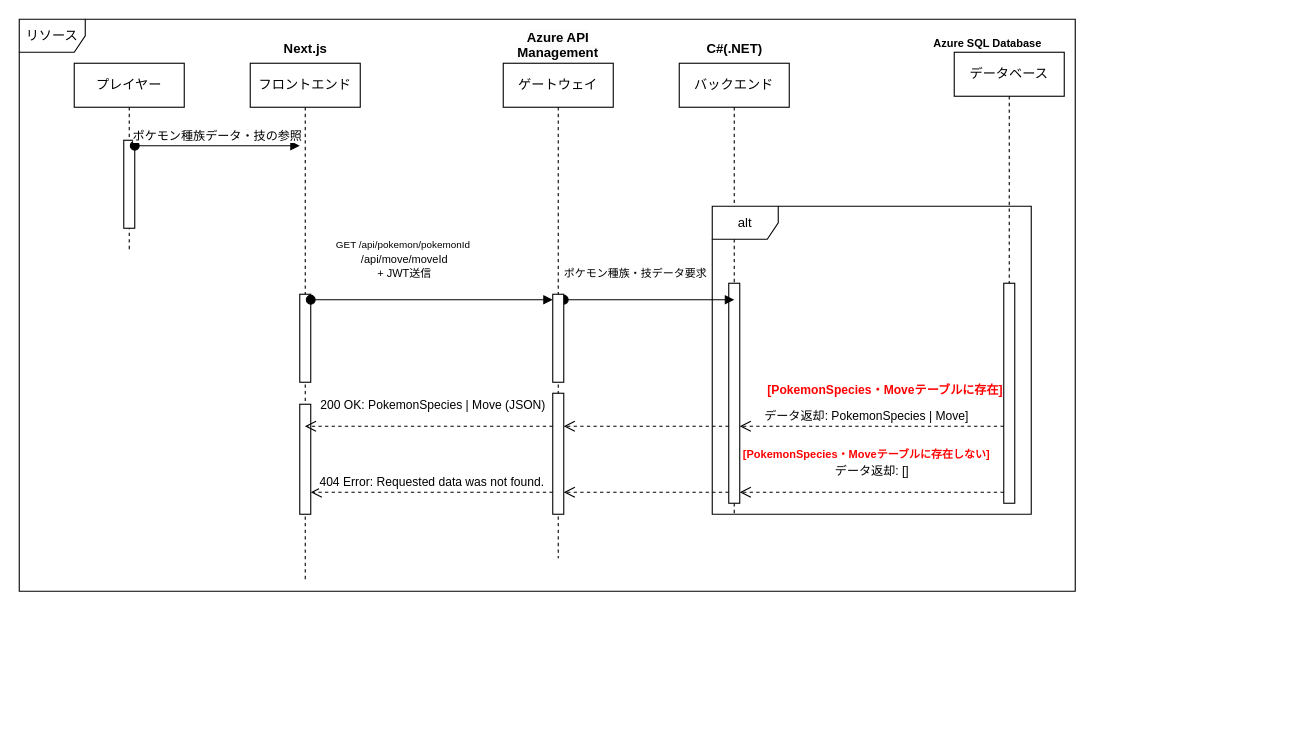
Above: page "リソース取得" (2 of 2) of docs/UML/シーケンス図.drawio in ayumu203/poke-clone-v3 (draw.io), before the change. Source tidied: cells renumbered, new cells numbered last; positions are measured from the earlier drawing's top-left corner, leaving out a move shared by most shapes. Both pictures are drawn from the tidied source at 110%, with x=0, y=0 at pixel (19, 19).
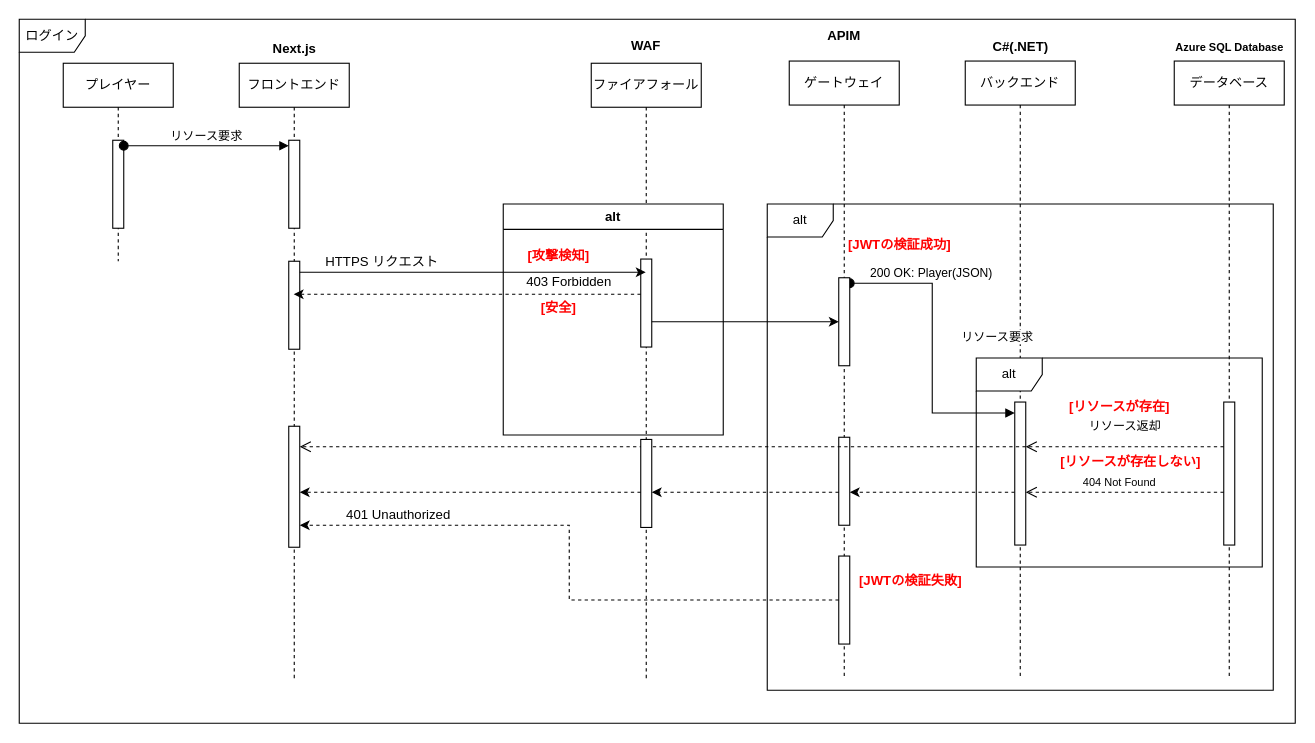
After the change.

The edit, as a diff of the source:
```diff
@@
-    <mxCell id="2" value="リソース" style="shape=umlFrame;whiteSpace=wrap;html=1;" parent="1" vertex="1">
-      <mxGeometry width="960" height="520" as="geometry" />
-    </mxCell>
+    <mxCell id="31" value="&lt;div&gt;&lt;span style=&quot;background-color: transparent; color: light-dark(rgb(0, 0, 0), rgb(255, 255, 255));&quot;&gt;ログイン&lt;/span&gt;&lt;br&gt;&lt;/div&gt;" style="shape=umlFrame;whiteSpace=wrap;html=1;" parent="1" vertex="1">
+      <mxGeometry width="1160" height="640" as="geometry" />
+    </mxCell>
     <mxCell id="3" value="プレイヤー" style="shape=umlLifeline;perimeter=lifelinePerimeter;whiteSpace=wrap;html=1;newEdgeStyle={&quot;curved&quot;:0,&quot;rounded&quot;:0};" parent="1" vertex="1">
-      <mxGeometry x="50" y="40" width="100" height="170" as="geometry" />
+      <mxGeometry x="40" y="40" width="100" height="180" as="geometry" />
     </mxCell>
-    <mxCell id="4" style="html=1;points=[[0,0,0,0,5],[0,1,0,0,-5],[1,0,0,0,5],[1,1,0,0,-5]];perimeter=orthogonalPerimeter;outlineConnect=0;targetShapes=umlLifeline;portConstraint=eastwest;newEdgeStyle={&quot;curved&quot;:0,&quot;rounded&quot;:0};" parent="3" vertex="1">
-      <mxGeometry x="45" y="70" width="10" height="80" as="geometry" />
-    </mxCell>
+    <mxCell id="32" style="html=1;points=[[0,0,0,0,5],[0,1,0,0,-5],[1,0,0,0,5],[1,1,0,0,-5]];perimeter=orthogonalPerimeter;outlineConnect=0;targetShapes=umlLifeline;portConstraint=eastwest;newEdgeStyle={&quot;curved&quot;:0,&quot;rounded&quot;:0};" parent="3" vertex="1">
+      <mxGeometry x="45" y="70" width="10" height="80" as="geometry" />
+    </mxCell>
     <mxCell id="5" value="フロントエンド" style="shape=umlLifeline;perimeter=lifelinePerimeter;whiteSpace=wrap;html=1;outlineConnect=0;portConstraint=eastwest;newEdgeStyle={&quot;curved&quot;:0,&quot;rounded&quot;:0};" parent="1" vertex="1">
-      <mxGeometry x="210" y="40" width="100" height="470" as="geometry" />
+      <mxGeometry x="200" y="40" width="100" height="560" as="geometry" />
     </mxCell>
-    <mxCell id="6" value="ポケモン種族データ・技の参照" style="html=1;verticalAlign=bottom;startArrow=oval;endArrow=block;startSize=8;curved=0;rounded=0;entryX=0;entryY=0;entryDx=0;entryDy=5;" parent="1" edge="1" source="4">
-      <mxGeometry relative="1" as="geometry">
-        <mxPoint x="255" y="115" as="targetPoint" />
-      </mxGeometry>
-    </mxCell>
+    <mxCell id="33" style="html=1;points=[[0,0,0,0,5],[0,1,0,0,-5],[1,0,0,0,5],[1,1,0,0,-5]];perimeter=orthogonalPerimeter;outlineConnect=0;targetShapes=umlLifeline;portConstraint=eastwest;newEdgeStyle={&quot;curved&quot;:0,&quot;rounded&quot;:0};" parent="5" vertex="1">
+      <mxGeometry x="45" y="70" width="10" height="80" as="geometry" />
+    </mxCell>
+    <mxCell id="34" style="html=1;points=[[0,0,0,0,5],[0,1,0,0,-5],[1,0,0,0,5],[1,1,0,0,-5]];perimeter=orthogonalPerimeter;outlineConnect=0;targetShapes=umlLifeline;portConstraint=eastwest;newEdgeStyle={&quot;curved&quot;:0,&quot;rounded&quot;:0};" parent="5" vertex="1">
+      <mxGeometry x="45" y="330" width="10" height="110" as="geometry" />
+    </mxCell>
+    <mxCell id="35" style="html=1;perimeter=orthogonalPerimeter;targetShapes=umlLifeline;newEdgeStyle={&quot;curved&quot;:0,&quot;rounded&quot;:0};" parent="5" vertex="1">
+      <mxGeometry x="45" y="180" width="10" height="80" as="geometry" />
+    </mxCell>
+    <mxCell id="36" value="リソース要求" style="html=1;verticalAlign=bottom;startArrow=oval;endArrow=block;startSize=8;curved=0;rounded=0;entryX=0;entryY=0;entryDx=0;entryDy=5;" parent="1" edge="1" source="32" target="33">
+      <mxGeometry relative="1" as="geometry" />
+    </mxCell>
     <mxCell id="7" value="Next.js" style="text;align=center;fontStyle=1;verticalAlign=middle;spacingLeft=3;spacingRight=3;strokeColor=none;html=1;" parent="1" vertex="1">
-      <mxGeometry x="210" y="14" width="100" height="26" as="geometry" />
+      <mxGeometry x="200" y="14" width="100" height="26" as="geometry" />
     </mxCell>
     <mxCell id="8" value="バックエンド" style="shape=umlLifeline;perimeter=lifelinePerimeter;whiteSpace=wrap;html=1;newEdgeStyle={&quot;curved&quot;:0,&quot;rounded&quot;:0};" parent="1" vertex="1">
-      <mxGeometry x="600" y="40" width="100" height="410" as="geometry" />
+      <mxGeometry x="860" y="38" width="100" height="562" as="geometry" />
     </mxCell>
     <mxCell id="9" value="C#(.NET)" style="text;align=center;fontStyle=1;verticalAlign=middle;spacingLeft=3;spacingRight=3;strokeColor=none;html=1;" parent="1" vertex="1">
-      <mxGeometry x="600" y="14" width="100" height="26" as="geometry" />
+      <mxGeometry x="860" y="12" width="100" height="26" as="geometry" />
     </mxCell>
-    <mxCell id="10" style="html=1;points=[[0,0,0,0,5],[0,1,0,0,-5],[1,0,0,0,5],[1,1,0,0,-5]];perimeter=orthogonalPerimeter;outlineConnect=0;targetShapes=umlLifeline;portConstraint=eastwest;newEdgeStyle={&quot;curved&quot;:0,&quot;rounded&quot;:0};" parent="1" vertex="1">
-      <mxGeometry x="645" y="240" width="10" height="200" as="geometry" />
-    </mxCell>
+    <mxCell id="37" style="edgeStyle=orthogonalEdgeStyle;rounded=0;jettySize=auto;html=1;curved=0;dashed=1;" parent="1" edge="1" source="38" target="50">
+      <mxGeometry relative="1" as="geometry">
+        <Array as="points">
+          <mxPoint x="800" y="430" />
+          <mxPoint x="800" y="430" />
+        </Array>
+      </mxGeometry>
+    </mxCell>
+    <mxCell id="38" style="html=1;points=[[0,0,0,0,5],[0,1,0,0,-5],[1,0,0,0,5],[1,1,0,0,-5]];perimeter=orthogonalPerimeter;outlineConnect=0;targetShapes=umlLifeline;portConstraint=eastwest;newEdgeStyle={&quot;curved&quot;:0,&quot;rounded&quot;:0};" parent="1" vertex="1">
+      <mxGeometry x="905" y="348" width="10" height="130" as="geometry" />
+    </mxCell>
     <mxCell id="11" value="データベース" style="shape=umlLifeline;perimeter=lifelinePerimeter;whiteSpace=wrap;html=1;newEdgeStyle={&quot;curved&quot;:0,&quot;rounded&quot;:0};" parent="1" vertex="1">
-      <mxGeometry x="850" y="30" width="100" height="410" as="geometry" />
+      <mxGeometry x="1050" y="38" width="100" height="562" as="geometry" />
     </mxCell>
-    <mxCell id="12" style="html=1;points=[[0,0,0,0,5],[0,1,0,0,-5],[1,0,0,0,5],[1,1,0,0,-5]];perimeter=orthogonalPerimeter;outlineConnect=0;targetShapes=umlLifeline;portConstraint=eastwest;newEdgeStyle={&quot;curved&quot;:0,&quot;rounded&quot;:0};" parent="11" vertex="1">
-      <mxGeometry x="45" y="210" width="10" height="200" as="geometry" />
-    </mxCell>
     <mxCell id="13" value="&lt;font style=&quot;font-size: 10px;&quot;&gt;Azure SQL Database&lt;/font&gt;" style="text;align=center;fontStyle=1;verticalAlign=middle;spacingLeft=3;spacingRight=3;strokeColor=none;html=1;" parent="1" vertex="1">
-      <mxGeometry x="830" y="8.5" width="100" height="26" as="geometry" />
+      <mxGeometry x="1050" y="12" width="100" height="26" as="geometry" />
     </mxCell>
-    <mxCell id="14" value="alt" style="shape=umlFrame;whiteSpace=wrap;html=1;" parent="1" vertex="1">
-      <mxGeometry x="630" y="170" width="290" height="280" as="geometry" />
-    </mxCell>
-    <mxCell id="15" value="&lt;div&gt;&lt;font style=&quot;color: rgb(255, 0, 0); font-size: 11px;&quot;&gt;[PokemonSpecies・Moveテーブルに存在]&lt;/font&gt;&lt;/div&gt;" style="text;align=center;fontStyle=1;verticalAlign=middle;spacingLeft=3;spacingRight=3;strokeColor=none;html=1;" parent="1" vertex="1">
-      <mxGeometry x="747" y="324" width="80" height="26" as="geometry" />
-    </mxCell>
-    <mxCell id="16" value="データ返却: PokemonSpecies | Move]" style="html=1;verticalAlign=bottom;endArrow=open;dashed=1;endSize=8;curved=0;rounded=0;" parent="1" edge="1" source="12">
-      <mxGeometry x="0.05" relative="1" as="geometry">
-        <mxPoint x="655" y="370" as="targetPoint" />
-        <mxPoint x="1" as="offset" />
-      </mxGeometry>
-    </mxCell>
-    <mxCell id="17" value="&lt;span style=&quot;color: rgb(255, 0, 0);&quot;&gt;&lt;font style=&quot;font-size: 10px;&quot;&gt;[PokemonSpecies・Moveテーブルに存在しない]&lt;/font&gt;&lt;/span&gt;" style="text;align=center;fontStyle=1;verticalAlign=middle;spacingLeft=3;spacingRight=3;strokeColor=none;html=1;" parent="1" vertex="1">
-      <mxGeometry x="730" y="382" width="80" height="26" as="geometry" />
-    </mxCell>
-    <mxCell id="18" value="データ返却: []" style="html=1;verticalAlign=bottom;endArrow=open;dashed=1;endSize=8;curved=0;rounded=0;" parent="1" edge="1" source="12">
-      <mxGeometry y="-10" relative="1" as="geometry">
-        <mxPoint x="655" y="430" as="targetPoint" />
-      </mxGeometry>
-    </mxCell>
-    <mxCell id="19" value="&lt;font style=&quot;font-size: 10px;&quot;&gt;ポケモン種族・技データ要求&lt;/font&gt;" style="html=1;verticalAlign=bottom;startArrow=oval;endArrow=block;startSize=8;curved=0;rounded=0;exitX=1;exitY=0;exitDx=0;exitDy=5;exitPerimeter=0;" parent="1" edge="1" source="22">
-      <mxGeometry x="-0.16" y="15" relative="1" as="geometry">
-        <mxPoint x="650" y="255" as="targetPoint" />
-      </mxGeometry>
-    </mxCell>
+    <mxCell id="39" value="alt" style="shape=umlFrame;whiteSpace=wrap;html=1;" parent="1" vertex="1">
+      <mxGeometry x="680" y="168" width="460" height="442" as="geometry" />
+    </mxCell>
+    <mxCell id="40" style="html=1;perimeter=orthogonalPerimeter;targetShapes=umlLifeline;newEdgeStyle={&quot;curved&quot;:0,&quot;rounded&quot;:0};" parent="1" vertex="1">
+      <mxGeometry x="1095" y="348" width="10" height="130" as="geometry" />
+    </mxCell>
+    <mxCell id="41" value="&lt;div&gt;&lt;font style=&quot;color: rgb(255, 0, 0);&quot;&gt;[JWTの検証成功]&lt;/font&gt;&lt;/div&gt;" style="text;align=center;fontStyle=1;verticalAlign=middle;spacingLeft=3;spacingRight=3;strokeColor=none;html=1;" parent="1" vertex="1">
+      <mxGeometry x="760" y="192" width="80" height="26" as="geometry" />
+    </mxCell>
+    <mxCell id="42" value="alt" style="shape=umlFrame;whiteSpace=wrap;html=1;" parent="1" vertex="1">
+      <mxGeometry x="870" y="308" width="260" height="190" as="geometry" />
+    </mxCell>
+    <mxCell id="43" value="&lt;div&gt;&lt;font style=&quot;color: rgb(255, 0, 0);&quot;&gt;[リソースが存在]&lt;/font&gt;&lt;/div&gt;" style="text;align=center;fontStyle=1;verticalAlign=middle;spacingLeft=3;spacingRight=3;strokeColor=none;html=1;" parent="1" vertex="1">
+      <mxGeometry x="960" y="340" width="80" height="26" as="geometry" />
+    </mxCell>
+    <mxCell id="44" value="リソース返却" style="html=1;verticalAlign=bottom;endArrow=open;dashed=1;endSize=8;curved=0;rounded=0;" parent="1" edge="1">
+      <mxGeometry y="-10" relative="1" as="geometry">
+        <mxPoint x="1095" y="388.6" as="sourcePoint" />
+        <mxPoint x="915" y="388.6" as="targetPoint" />
+      </mxGeometry>
+    </mxCell>
+    <mxCell id="45" value="&lt;div&gt;&lt;font style=&quot;color: rgb(255, 0, 0);&quot;&gt;[リソースが存在しない]&lt;/font&gt;&lt;/div&gt;" style="text;align=center;fontStyle=1;verticalAlign=middle;spacingLeft=3;spacingRight=3;strokeColor=none;html=1;" parent="1" vertex="1">
+      <mxGeometry x="970" y="390" width="80" height="26" as="geometry" />
+    </mxCell>
+    <mxCell id="46" value="&lt;font size=&quot;1&quot;&gt;404 Not Found&lt;/font&gt;" style="html=1;verticalAlign=bottom;endArrow=open;dashed=1;endSize=8;curved=0;rounded=0;" parent="1" edge="1">
+      <mxGeometry x="0.06" relative="1" as="geometry">
+        <mxPoint x="1095" y="430" as="sourcePoint" />
+        <mxPoint x="915" y="430" as="targetPoint" />
+      </mxGeometry>
+    </mxCell>
+    <mxCell id="47" value="リソース要求" style="html=1;verticalAlign=bottom;startArrow=oval;endArrow=block;startSize=8;rounded=0;exitX=1;exitY=0;exitDx=0;exitDy=5;exitPerimeter=0;edgeStyle=orthogonalEdgeStyle;" parent="1" edge="1" source="48" target="38">
+      <mxGeometry x="0.88" y="60" relative="1" as="geometry">
+        <Array as="points">
+          <mxPoint x="830" y="240" />
+          <mxPoint x="830" y="358" />
+        </Array>
+      </mxGeometry>
+    </mxCell>
     <mxCell id="20" value="ゲートウェイ" style="shape=umlLifeline;perimeter=lifelinePerimeter;whiteSpace=wrap;html=1;newEdgeStyle={&quot;curved&quot;:0,&quot;rounded&quot;:0};" parent="1" vertex="1">
-      <mxGeometry x="440" y="40" width="100" height="450" as="geometry" />
+      <mxGeometry x="700" y="38" width="100" height="562" as="geometry" />
     </mxCell>
-    <mxCell id="21" style="html=1;points=[[0,0,0,0,5],[0,1,0,0,-5],[1,0,0,0,5],[1,1,0,0,-5]];perimeter=orthogonalPerimeter;outlineConnect=0;targetShapes=umlLifeline;portConstraint=eastwest;newEdgeStyle={&quot;curved&quot;:0,&quot;rounded&quot;:0};" parent="20" vertex="1">
-      <mxGeometry x="-185" y="210" width="10" height="80" as="geometry" />
-    </mxCell>
-    <mxCell id="22" style="html=1;points=[[0,0,0,0,5],[0,1,0,0,-5],[1,0,0,0,5],[1,1,0,0,-5]];perimeter=orthogonalPerimeter;outlineConnect=0;targetShapes=umlLifeline;portConstraint=eastwest;newEdgeStyle={&quot;curved&quot;:0,&quot;rounded&quot;:0};" parent="20" vertex="1">
-      <mxGeometry x="45" y="210" width="10" height="80" as="geometry" />
-    </mxCell>
-    <mxCell id="23" value="&lt;font style=&quot;font-size: 9px;&quot;&gt;GET /api/pokemon/pokemonId&amp;nbsp;&lt;/font&gt;&lt;div&gt;&lt;span style=&quot;font-size: x-small; background-color: light-dark(#ffffff, var(--ge-dark-color, #121212)); color: light-dark(rgb(0, 0, 0), rgb(255, 255, 255));&quot;&gt;/api/move/moveId&lt;/span&gt;&lt;/div&gt;&lt;div&gt;&lt;span style=&quot;font-size: x-small; background-color: light-dark(#ffffff, var(--ge-dark-color, #121212)); color: light-dark(rgb(0, 0, 0), rgb(255, 255, 255));&quot;&gt;+ JWT送信&lt;/span&gt;&lt;/div&gt;" style="html=1;verticalAlign=bottom;startArrow=oval;endArrow=block;startSize=8;curved=0;rounded=0;entryX=0;entryY=0;entryDx=0;entryDy=5;" parent="20" edge="1" source="21" target="22">
-      <mxGeometry x="-0.23" y="15" relative="1" as="geometry">
-        <Array as="points">
-          <mxPoint x="-30" y="215" />
-        </Array>
-      </mxGeometry>
-    </mxCell>
-    <mxCell id="24" style="html=1;perimeter=orthogonalPerimeter;targetShapes=umlLifeline;newEdgeStyle={&quot;curved&quot;:0,&quot;rounded&quot;:0};" parent="20" vertex="1">
-      <mxGeometry x="-185" y="310" width="10" height="100" as="geometry" />
-    </mxCell>
-    <mxCell id="25" style="html=1;points=[[0,0,0,0,5],[0,1,0,0,-5],[1,0,0,0,5],[1,1,0,0,-5]];perimeter=orthogonalPerimeter;outlineConnect=0;targetShapes=umlLifeline;portConstraint=eastwest;newEdgeStyle={&quot;curved&quot;:0,&quot;rounded&quot;:0};" parent="20" vertex="1">
-      <mxGeometry x="45" y="300" width="10" height="110" as="geometry" />
-    </mxCell>
-    <mxCell id="26" value="&lt;span style=&quot;color: rgb(0, 0, 0); font-family: Helvetica; font-size: 12px; font-style: normal; font-variant-ligatures: normal; font-variant-caps: normal; letter-spacing: normal; orphans: 2; text-indent: 0px; text-transform: none; widows: 2; word-spacing: 0px; -webkit-text-stroke-width: 0px; white-space: normal; background-color: rgb(251, 251, 251); text-decoration-thickness: initial; text-decoration-style: initial; text-decoration-color: initial; float: none; display: inline !important;&quot;&gt;&lt;b&gt;Azure API Management&lt;/b&gt;&lt;/span&gt;" style="text;whiteSpace=wrap;html=1;align=center;" parent="1" vertex="1">
-      <mxGeometry x="440" y="3" width="100" height="37" as="geometry" />
-    </mxCell>
-    <mxCell id="27" style="html=1;verticalAlign=bottom;endArrow=open;dashed=1;endSize=8;curved=0;rounded=0;" parent="1" edge="1" source="10" target="25">
-      <mxGeometry y="-10" relative="1" as="geometry">
-        <Array as="points">
-          <mxPoint x="580" y="370" />
-        </Array>
-      </mxGeometry>
-    </mxCell>
-    <mxCell id="28" value="200 OK: PokemonSpecies | Move (JSON)" style="html=1;verticalAlign=bottom;endArrow=open;dashed=1;endSize=8;curved=0;rounded=0;" parent="1" edge="1">
-      <mxGeometry x="-0.03" y="-10" relative="1" as="geometry">
-        <mxPoint x="485" y="370" as="sourcePoint" />
-        <mxPoint x="259.7" y="370" as="targetPoint" />
-      </mxGeometry>
-    </mxCell>
-    <mxCell id="29" style="html=1;verticalAlign=bottom;endArrow=open;dashed=1;endSize=8;curved=0;rounded=0;" parent="1" edge="1">
-      <mxGeometry relative="1" as="geometry">
-        <mxPoint x="645" y="430" as="sourcePoint" />
-        <mxPoint x="495" y="430" as="targetPoint" />
-      </mxGeometry>
-    </mxCell>
-    <mxCell id="30" value="404 Error: Requested data was not found." style="html=1;verticalAlign=bottom;endArrow=open;dashed=1;endSize=8;curved=0;rounded=0;" parent="1" edge="1">
-      <mxGeometry relative="1" as="geometry">
-        <mxPoint x="485" y="430" as="sourcePoint" />
-        <mxPoint x="265" y="430" as="targetPoint" />
-      </mxGeometry>
-    </mxCell>
+    <mxCell id="48" style="html=1;points=[[0,0,0,0,5],[0,1,0,0,-5],[1,0,0,0,5],[1,1,0,0,-5]];perimeter=orthogonalPerimeter;outlineConnect=0;targetShapes=umlLifeline;portConstraint=eastwest;newEdgeStyle={&quot;curved&quot;:0,&quot;rounded&quot;:0};" parent="20" vertex="1">
+      <mxGeometry x="45" y="197" width="10" height="80" as="geometry" />
+    </mxCell>
+    <mxCell id="49" style="html=1;points=[[0,0,0,0,5],[0,1,0,0,-5],[1,0,0,0,5],[1,1,0,0,-5]];perimeter=orthogonalPerimeter;outlineConnect=0;targetShapes=umlLifeline;portConstraint=eastwest;newEdgeStyle={&quot;curved&quot;:0,&quot;rounded&quot;:0};" parent="20" vertex="1">
+      <mxGeometry x="45" y="450" width="10" height="80" as="geometry" />
+    </mxCell>
+    <mxCell id="50" style="html=1;points=[[0,0,0,0,5],[0,1,0,0,-5],[1,0,0,0,5],[1,1,0,0,-5]];perimeter=orthogonalPerimeter;outlineConnect=0;targetShapes=umlLifeline;portConstraint=eastwest;newEdgeStyle={&quot;curved&quot;:0,&quot;rounded&quot;:0};" parent="20" vertex="1">
+      <mxGeometry x="45" y="342" width="10" height="80" as="geometry" />
+    </mxCell>
+    <mxCell id="51" value="&lt;b&gt;APIM&lt;/b&gt;" style="text;whiteSpace=wrap;html=1;align=center;" parent="1" vertex="1">
+      <mxGeometry x="700" y="1" width="100" height="37" as="geometry" />
+    </mxCell>
+    <mxCell id="52" value="200 OK: Player(JSON)" style="html=1;verticalAlign=bottom;endArrow=open;dashed=1;endSize=8;curved=0;rounded=0;" parent="1" edge="1" target="34">
+      <mxGeometry x="-0.74" y="-149" relative="1" as="geometry">
+        <mxPoint x="915" y="388.6" as="sourcePoint" />
+      </mxGeometry>
+    </mxCell>
+    <mxCell id="53" value="ファイアフォール" style="shape=umlLifeline;perimeter=lifelinePerimeter;whiteSpace=wrap;html=1;newEdgeStyle={&quot;curved&quot;:0,&quot;rounded&quot;:0};" parent="1" vertex="1">
+      <mxGeometry x="520" y="40" width="100" height="560" as="geometry" />
+    </mxCell>
+    <mxCell id="54" style="html=1;points=[[0,0,0,0,5],[0,1,0,0,-5],[1,0,0,0,5],[1,1,0,0,-5]];perimeter=orthogonalPerimeter;outlineConnect=0;targetShapes=umlLifeline;portConstraint=eastwest;newEdgeStyle={&quot;curved&quot;:0,&quot;rounded&quot;:0};" parent="53" vertex="1">
+      <mxGeometry x="45" y="178" width="10" height="80" as="geometry" />
+    </mxCell>
+    <mxCell id="55" style="html=1;points=[[0,0,0,0,5],[0,1,0,0,-5],[1,0,0,0,5],[1,1,0,0,-5]];perimeter=orthogonalPerimeter;outlineConnect=0;targetShapes=umlLifeline;portConstraint=eastwest;newEdgeStyle={&quot;curved&quot;:0,&quot;rounded&quot;:0};" parent="53" vertex="1">
+      <mxGeometry x="45" y="342" width="10" height="80" as="geometry" />
+    </mxCell>
+    <mxCell id="56" value="&lt;b&gt;WAF&lt;/b&gt;" style="text;whiteSpace=wrap;html=1;align=center;" parent="1" vertex="1">
+      <mxGeometry x="520" y="10" width="100" height="27" as="geometry" />
+    </mxCell>
+    <mxCell id="57" style="edgeStyle=orthogonalEdgeStyle;rounded=0;orthogonalLoop=1;jettySize=auto;html=1;curved=0;" parent="1" edge="1">
+      <mxGeometry relative="1" as="geometry">
+        <mxPoint x="255" y="230" as="sourcePoint" />
+        <mxPoint x="569.5" y="230" as="targetPoint" />
+      </mxGeometry>
+    </mxCell>
+    <mxCell id="58" value="alt" style="swimlane;whiteSpace=wrap;html=1;" parent="1" vertex="1">
+      <mxGeometry x="440" y="168" width="200" height="210" as="geometry" />
+    </mxCell>
+    <mxCell id="59" value="&lt;font color=&quot;#ff0000&quot;&gt;[攻撃検知]&lt;/font&gt;" style="text;align=center;fontStyle=1;verticalAlign=middle;spacingLeft=3;spacingRight=3;strokeColor=none;html=1;" parent="58" vertex="1">
+      <mxGeometry x="10" y="34" width="80" height="26" as="geometry" />
+    </mxCell>
+    <mxCell id="60" value="403 Forbidden" style="text;html=1;align=center;verticalAlign=middle;whiteSpace=wrap;rounded=0;" parent="58" vertex="1">
+      <mxGeometry x="20" y="60" width="80" height="22" as="geometry" />
+    </mxCell>
+    <mxCell id="61" value="&lt;font color=&quot;#ff0000&quot;&gt;[安全]&lt;/font&gt;" style="text;align=center;fontStyle=1;verticalAlign=middle;spacingLeft=3;spacingRight=3;strokeColor=none;html=1;" parent="58" vertex="1">
+      <mxGeometry x="10" y="82" width="80" height="26" as="geometry" />
+    </mxCell>
+    <mxCell id="62" style="edgeStyle=orthogonalEdgeStyle;rounded=0;jettySize=auto;html=1;curved=0;dashed=1;" parent="1" edge="1" source="54" target="5">
+      <mxGeometry relative="1" as="geometry">
+        <Array as="points">
+          <mxPoint x="340" y="250" />
+          <mxPoint x="340" y="250" />
+        </Array>
+      </mxGeometry>
+    </mxCell>
+    <mxCell id="63" style="edgeStyle=orthogonalEdgeStyle;rounded=0;jettySize=auto;html=1;curved=0;" parent="1" edge="1" source="54" target="48">
+      <mxGeometry relative="1" as="geometry">
+        <Array as="points">
+          <mxPoint x="620" y="275" />
+          <mxPoint x="620" y="275" />
+        </Array>
+      </mxGeometry>
+    </mxCell>
+    <mxCell id="64" value="HTTPS リクエスト" style="text;html=1;align=center;verticalAlign=middle;whiteSpace=wrap;rounded=0;" parent="1" vertex="1">
+      <mxGeometry x="270" y="210" width="120" height="22" as="geometry" />
+    </mxCell>
+    <mxCell id="65" value="&lt;div&gt;&lt;font style=&quot;color: rgb(255, 0, 0);&quot;&gt;[JWTの検証失敗]&lt;/font&gt;&lt;/div&gt;" style="text;align=center;fontStyle=1;verticalAlign=middle;spacingLeft=3;spacingRight=3;strokeColor=none;html=1;" parent="1" vertex="1">
+      <mxGeometry x="770" y="498" width="80" height="26" as="geometry" />
+    </mxCell>
+    <mxCell id="66" style="edgeStyle=orthogonalEdgeStyle;rounded=0;jettySize=auto;html=1;curved=0;dashed=1;" parent="1" edge="1" source="49" target="34">
+      <mxGeometry relative="1" as="geometry">
+        <Array as="points">
+          <mxPoint x="500" y="528" />
+          <mxPoint x="500" y="460" />
+        </Array>
+      </mxGeometry>
+    </mxCell>
+    <mxCell id="67" value="401 Unauthorized" style="text;html=1;align=center;verticalAlign=middle;whiteSpace=wrap;rounded=0;" parent="1" vertex="1">
+      <mxGeometry x="280" y="440" width="130" height="22" as="geometry" />
+    </mxCell>
+    <mxCell id="68" style="edgeStyle=orthogonalEdgeStyle;rounded=0;jettySize=auto;html=1;curved=0;dashed=1;" parent="1" edge="1" source="55" target="34">
+      <mxGeometry relative="1" as="geometry">
+        <Array as="points">
+          <mxPoint x="520" y="430" />
+          <mxPoint x="520" y="430" />
+        </Array>
+      </mxGeometry>
+    </mxCell>
+    <mxCell id="69" style="edgeStyle=orthogonalEdgeStyle;rounded=0;jettySize=auto;html=1;curved=0;dashed=1;" parent="1" edge="1" source="50" target="55">
+      <mxGeometry relative="1" as="geometry">
+        <Array as="points">
+          <mxPoint x="620" y="430" />
+          <mxPoint x="620" y="430" />
+        </Array>
+      </mxGeometry>
+    </mxCell>
```
